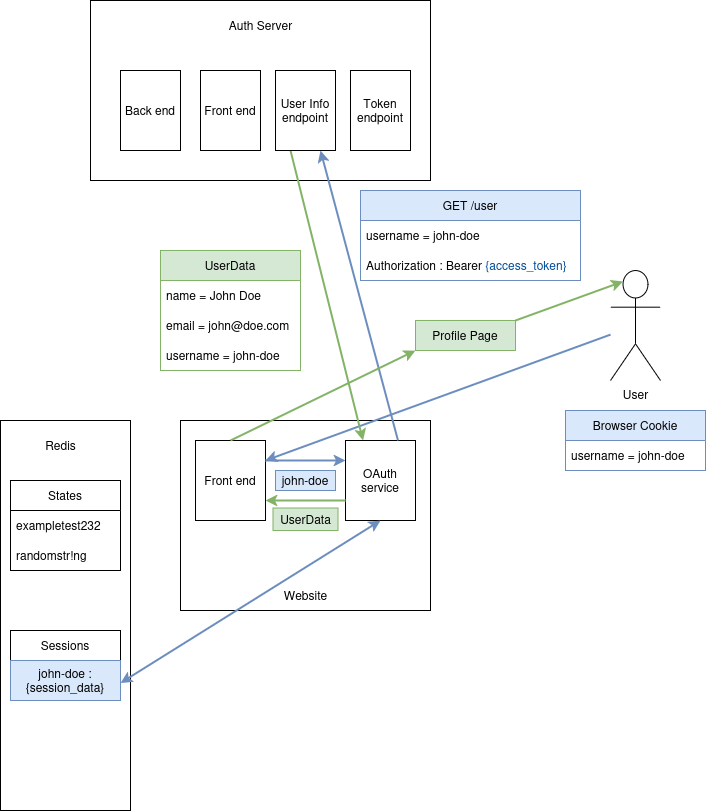
This is diagrams/oauth_step-4.png from chris-bratti/chrisbratti-website, a draw.io export, as it was before one commit. Source tidied: cells renumbered, new cells last; positions are measured from the earlier drawing's top-left corner, leaving out a move shared by most shapes.
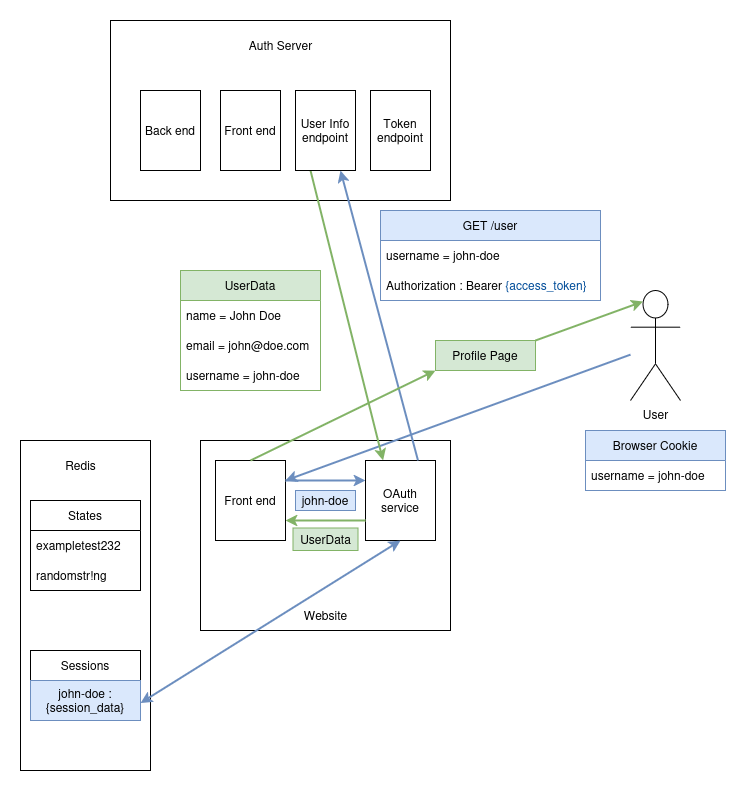
The same diagram one commit later.

What changed in the source:
```diff
@@ -8,9 +8,9 @@
     <mxCell id="3" style="rounded=0;whiteSpace=wrap;html=1;" parent="1" vertex="1">
       <mxGeometry x="180" y="420" width="250" height="190" as="geometry" />
     </mxCell>
-    <mxCell id="4" style="rounded=0;whiteSpace=wrap;html=1;" parent="1" vertex="1">
-      <mxGeometry y="420" width="130" height="390" as="geometry" />
-    </mxCell>
+    <mxCell id="40" style="rounded=0;whiteSpace=wrap;html=1;" parent="1" vertex="1">
+      <mxGeometry y="420" width="130" height="330" as="geometry" />
+    </mxCell>
     <mxCell id="5" value="States" style="swimlane;fontStyle=0;horizontal=1;startSize=30;whiteSpace=wrap;html=1;" parent="1" vertex="1">
       <mxGeometry x="10" y="480" width="110" height="90" as="geometry" />
     </mxCell>
```
